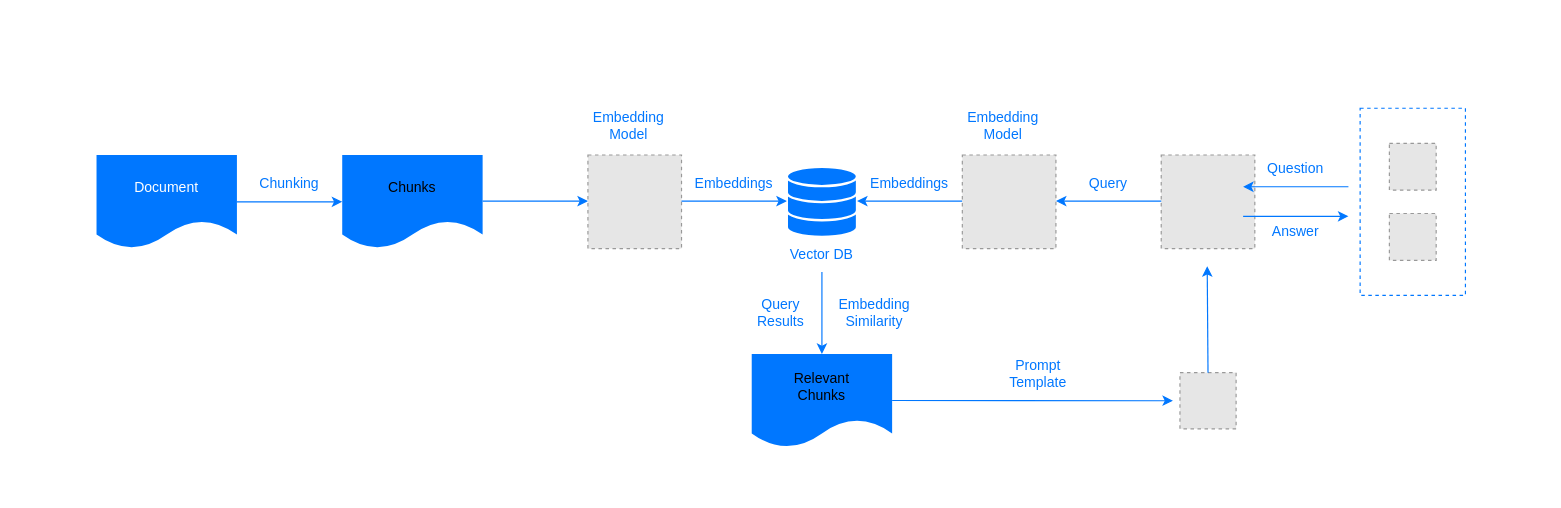
Before: diagram.drawio in ai-flowx/vecx, a draw.io diagram. Source tidied: cells renumbered, new cells numbered last; positions are measured from the earlier drawing's top-left corner, leaving out a move shared by most shapes. Both pictures are drawn from the tidied source at 117%, with x=0, y=0 at pixel (20, 20). Pictures stored in the file or linked from it are replaced by grey dashed boxes.
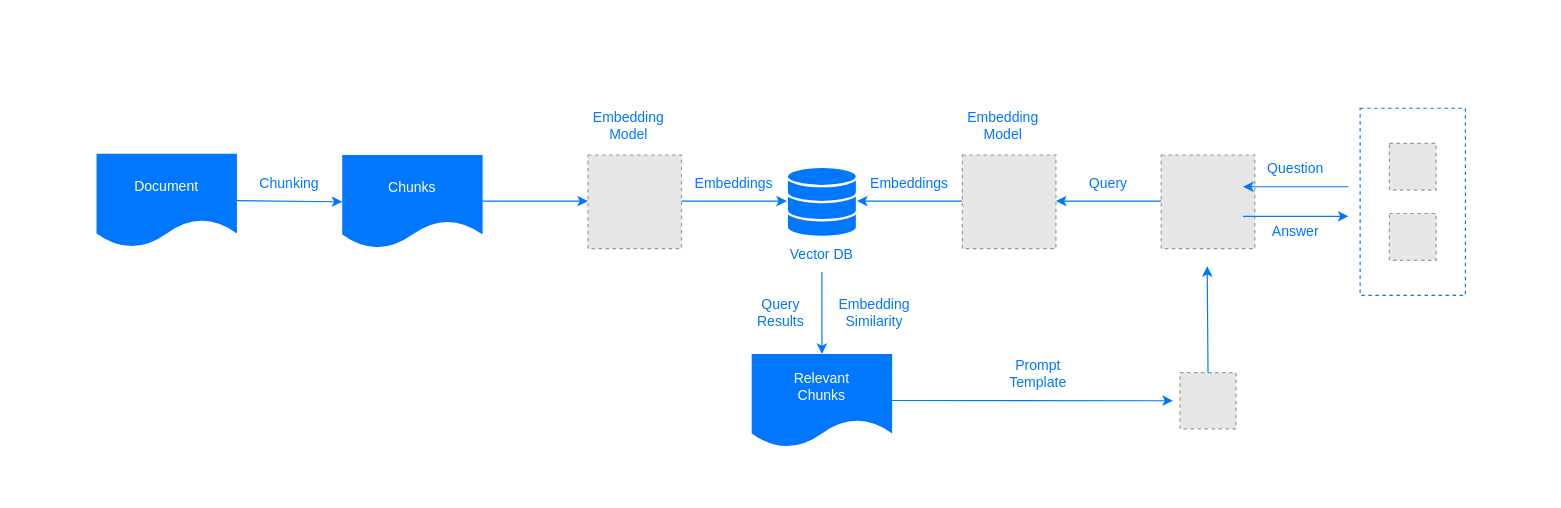
Above is the later version.

Change to the diagram source:
```diff
@@
     <mxCell id="4" value="Document" style="shape=document;whiteSpace=wrap;html=1;boundedLbl=1;fillColor=#0077FF;strokeColor=none;fontColor=#FFFFFF;" parent="1" vertex="1">
-      <mxGeometry x="65" y="115" width="120" height="80" as="geometry" />
+      <mxGeometry x="65" y="114" width="120" height="80" as="geometry" />
     </mxCell>
-    <mxCell id="5" value="Chunks" style="shape=document;whiteSpace=wrap;html=1;boundedLbl=1;fillColor=#0077FF;strokeColor=none;" parent="1" vertex="1">
+    <mxCell id="5" value="&lt;font color=&quot;#ffffff&quot;&gt;Chunks&lt;/font&gt;" style="shape=document;whiteSpace=wrap;html=1;boundedLbl=1;fillColor=#0077FF;strokeColor=none;" parent="1" vertex="1">
       <mxGeometry x="275" y="115" width="120" height="80" as="geometry" />
     </mxCell>
@@
-    <mxCell id="28" value="Relevant&lt;br&gt;Chunks" style="shape=document;whiteSpace=wrap;html=1;boundedLbl=1;fillColor=#0077FF;strokeColor=none;" parent="1" vertex="1">
+    <mxCell id="28" value="&lt;font color=&quot;#ffffff&quot;&gt;Relevant&lt;br&gt;Chunks&lt;/font&gt;" style="shape=document;whiteSpace=wrap;html=1;boundedLbl=1;fillColor=#0077FF;strokeColor=none;" parent="1" vertex="1">
       <mxGeometry x="625" y="285" width="120" height="80" as="geometry" />
     </mxCell>
```
